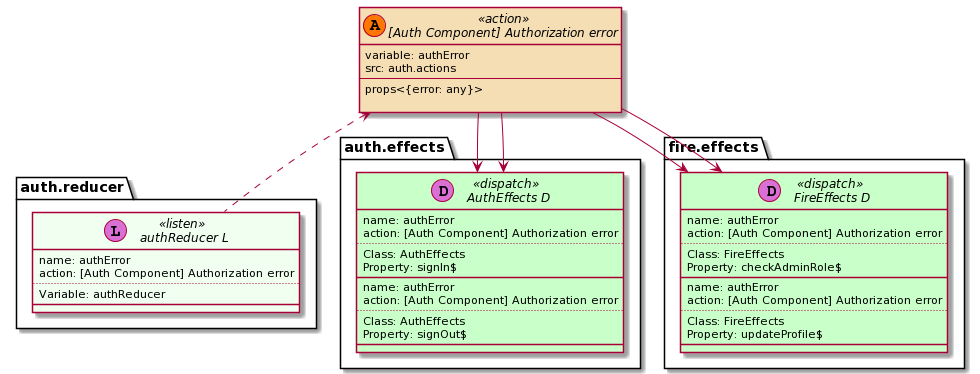
Before: out/_Auth-Component_Authorization-error.png, a diagram exported from PlantUML (shreeshreee/classroom-rds).
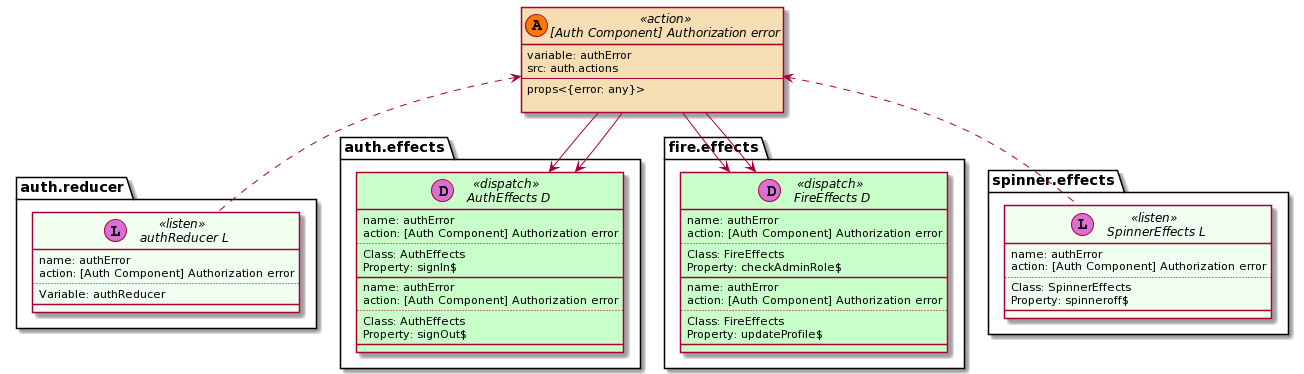
The same diagram one commit later.

What changed in the source:
```diff
@@ -63,4 +63,14 @@
             __
         }
         "[Auth Component] Authorization error" -down-> "fire.effects:: FireEffects D"
+
+interface "spinner.effects:: SpinnerEffects L" << (L,orchid) listen >> {
+            name: authError
+            action: [Auth Component] Authorization error
+            ..
+            Class: SpinnerEffects
+Property: spinneroff$
+            __
+        }
+        "[Auth Component] Authorization error" <.down. "spinner.effects:: SpinnerEffects L"
 @enduml
```
